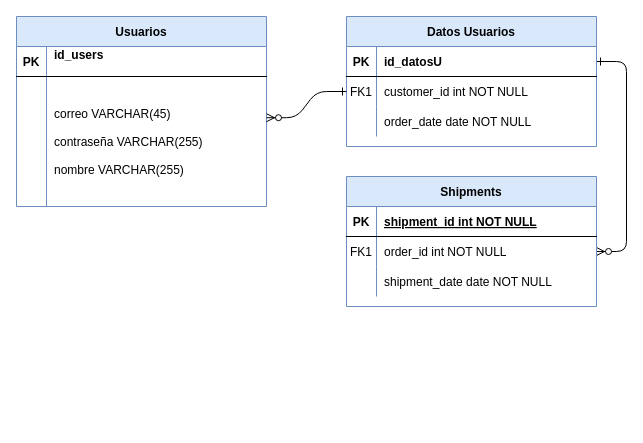
This is DiagramaGlucoBalance.drawio from AGEJH/Portafolio-Ingeniero, a draw.io file, before an edit. Source tidied: cells renumbered, new cells numbered last; positions are measured from the earlier drawing's top-left corner, leaving out a move shared by most shapes. Both pictures are drawn from the tidied source at 100%, with x=0, y=0 at pixel (16, 16).
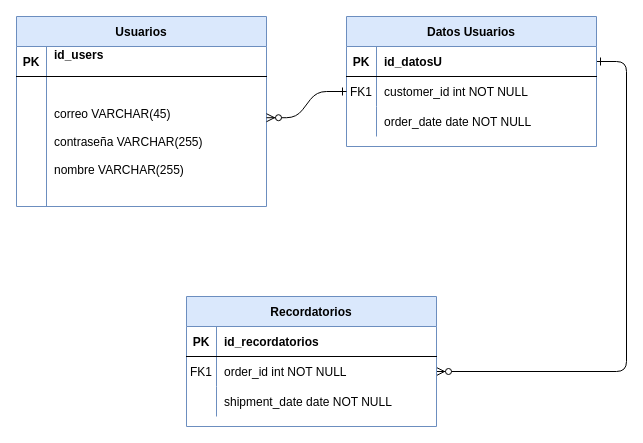
Above is the later version.

Unchanged cells that the change refers to:
```xml
<mxCell id="14" style="shape=partialRectangle;fillColor=none;top=0;left=0;right=0;bottom=1;" parent="13" vertex="1">
  <mxGeometry y="30" width="250" height="30" as="geometry" />
</mxCell>
```

Diff of the diagram source:
```diff
@@
-    <mxCell id="13" value="Shipments" style="shape=table;startSize=30;childLayout=tableLayout;rowLines=0;fontStyle=1;align=center;fillColor=#dae8fc;strokeColor=#6c8ebf;" parent="1" vertex="1">
-      <mxGeometry x="330" y="160" width="250" height="130" as="geometry" />
+    <mxCell id="13" value="Recordatorios" style="shape=table;startSize=30;childLayout=tableLayout;rowLines=0;fontStyle=1;align=center;fillColor=#dae8fc;strokeColor=#6c8ebf;" parent="1" vertex="1">
+      <mxGeometry x="170" y="280" width="250" height="130" as="geometry" />
     </mxCell>
@@
-    <mxCell id="16" value="shipment_id int NOT NULL " style="shape=partialRectangle;overflow=hidden;fillColor=none;top=0;left=0;bottom=0;right=0;align=left;spacingLeft=6;fontStyle=5;" parent="14" vertex="1">
+    <mxCell id="16" value="id_recordatorios" style="shape=partialRectangle;overflow=hidden;fillColor=none;top=0;left=0;bottom=0;right=0;align=left;spacingLeft=6;fontStyle=1;" parent="14" vertex="1">
       <mxGeometry x="30" width="220" height="30" as="geometry" />
     </mxCell>
```
